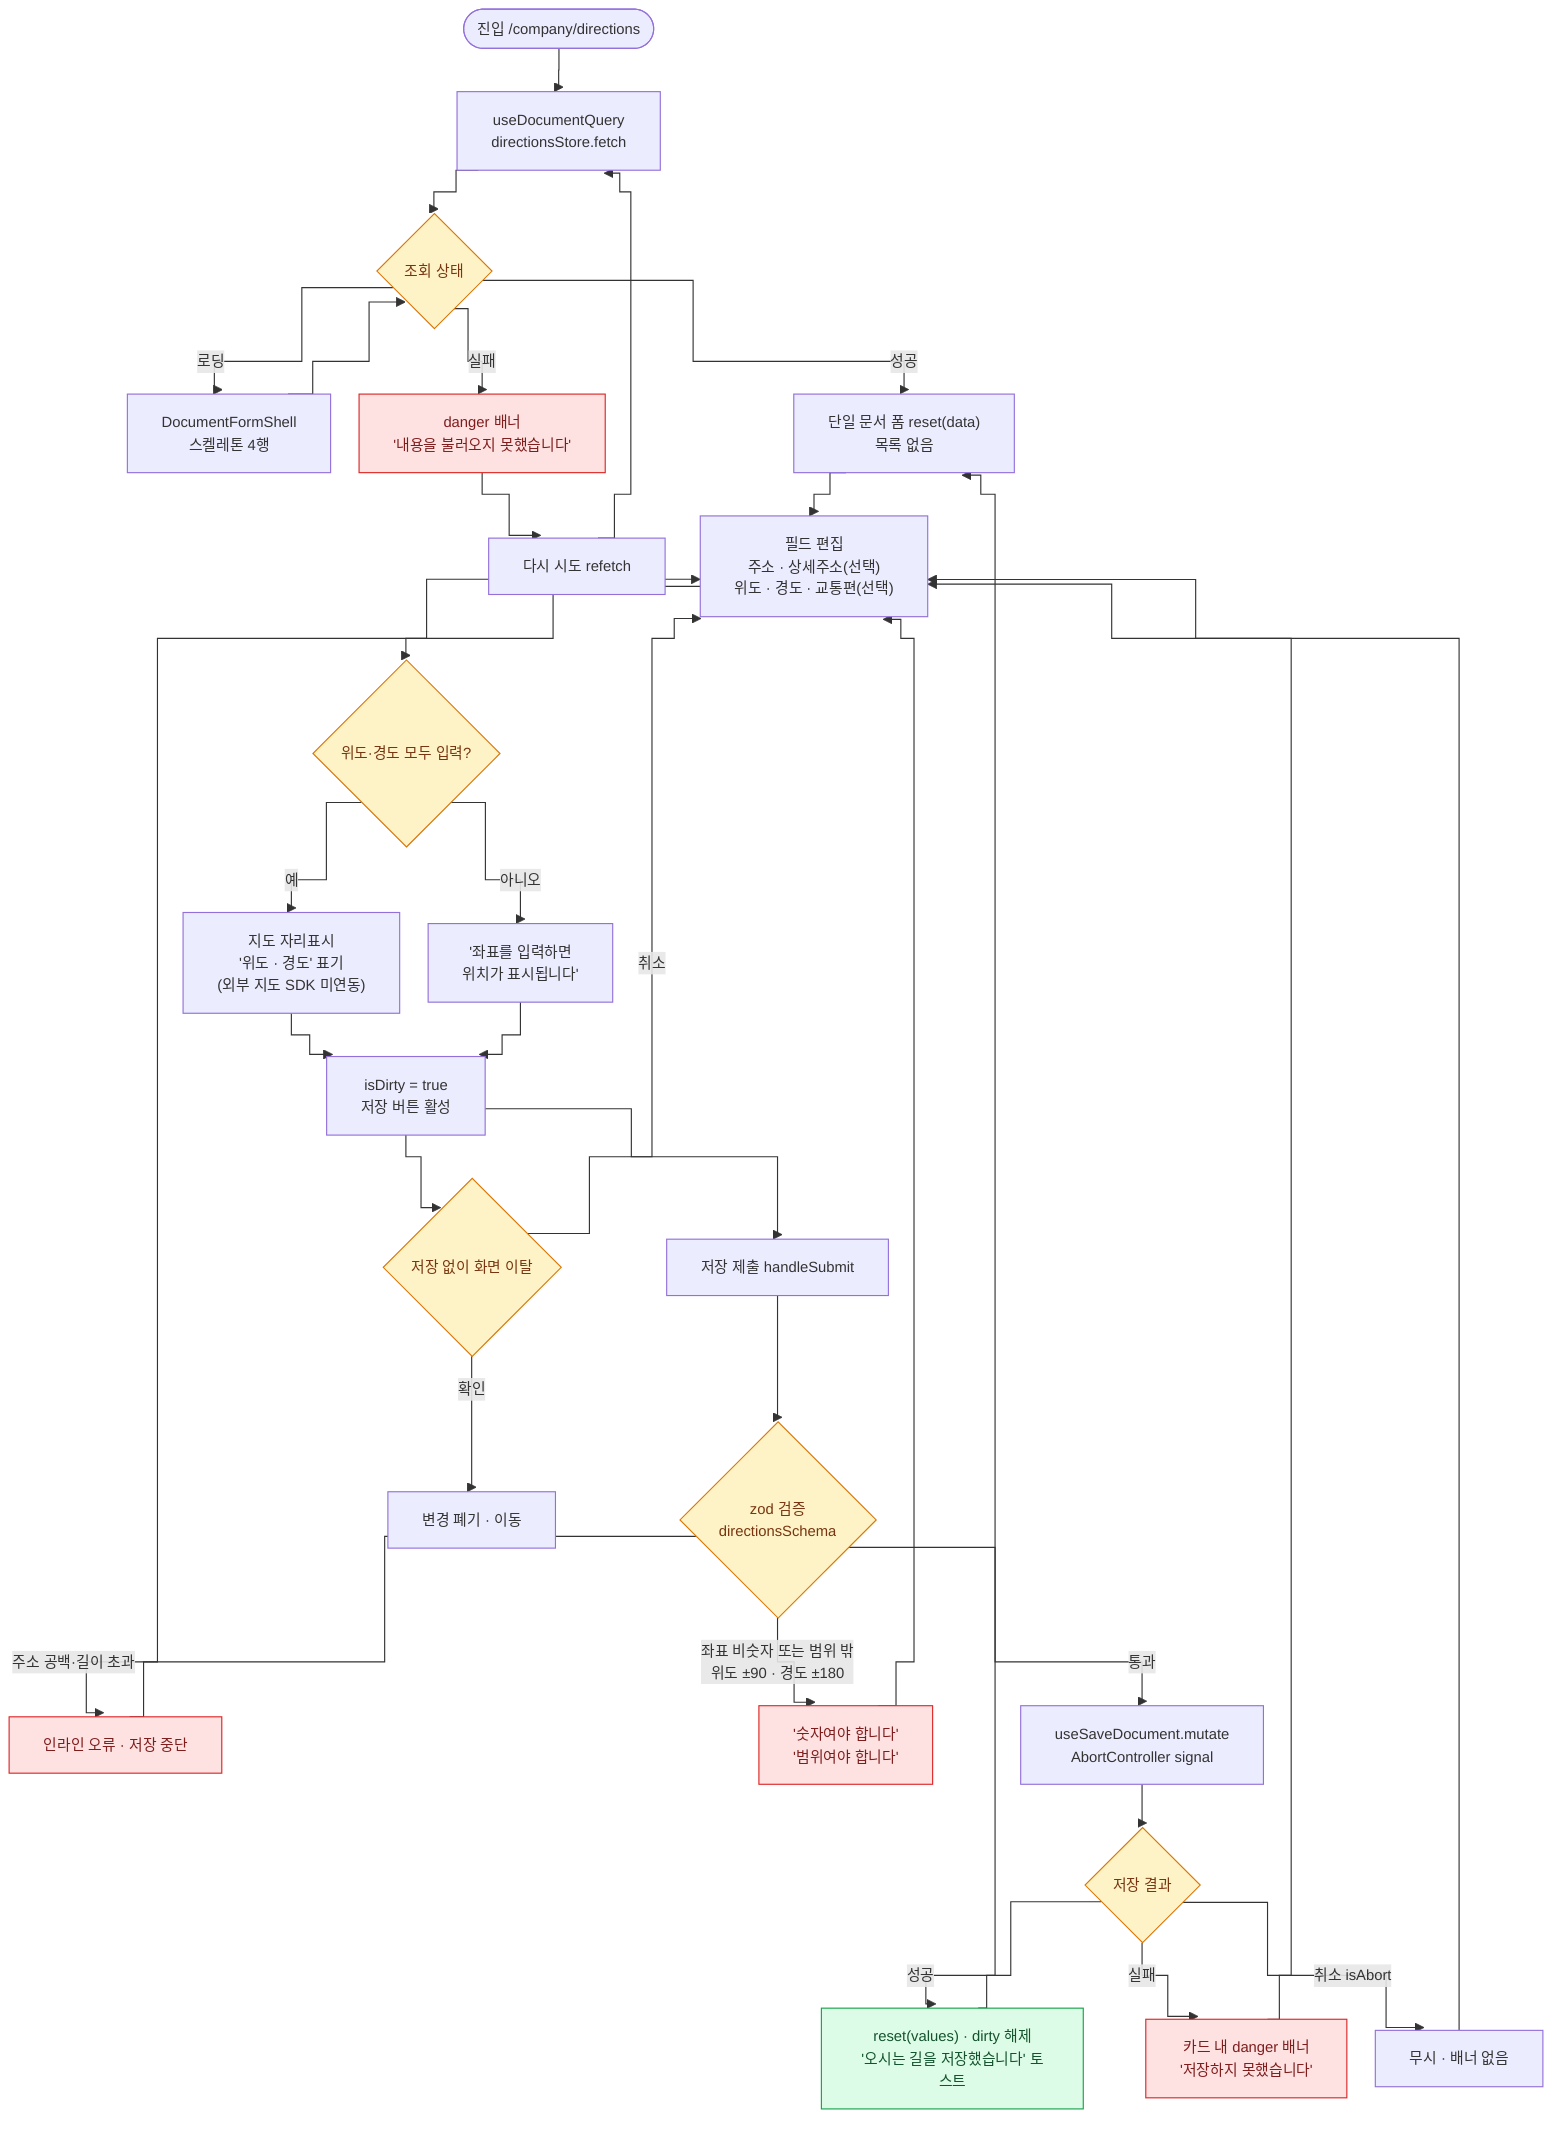
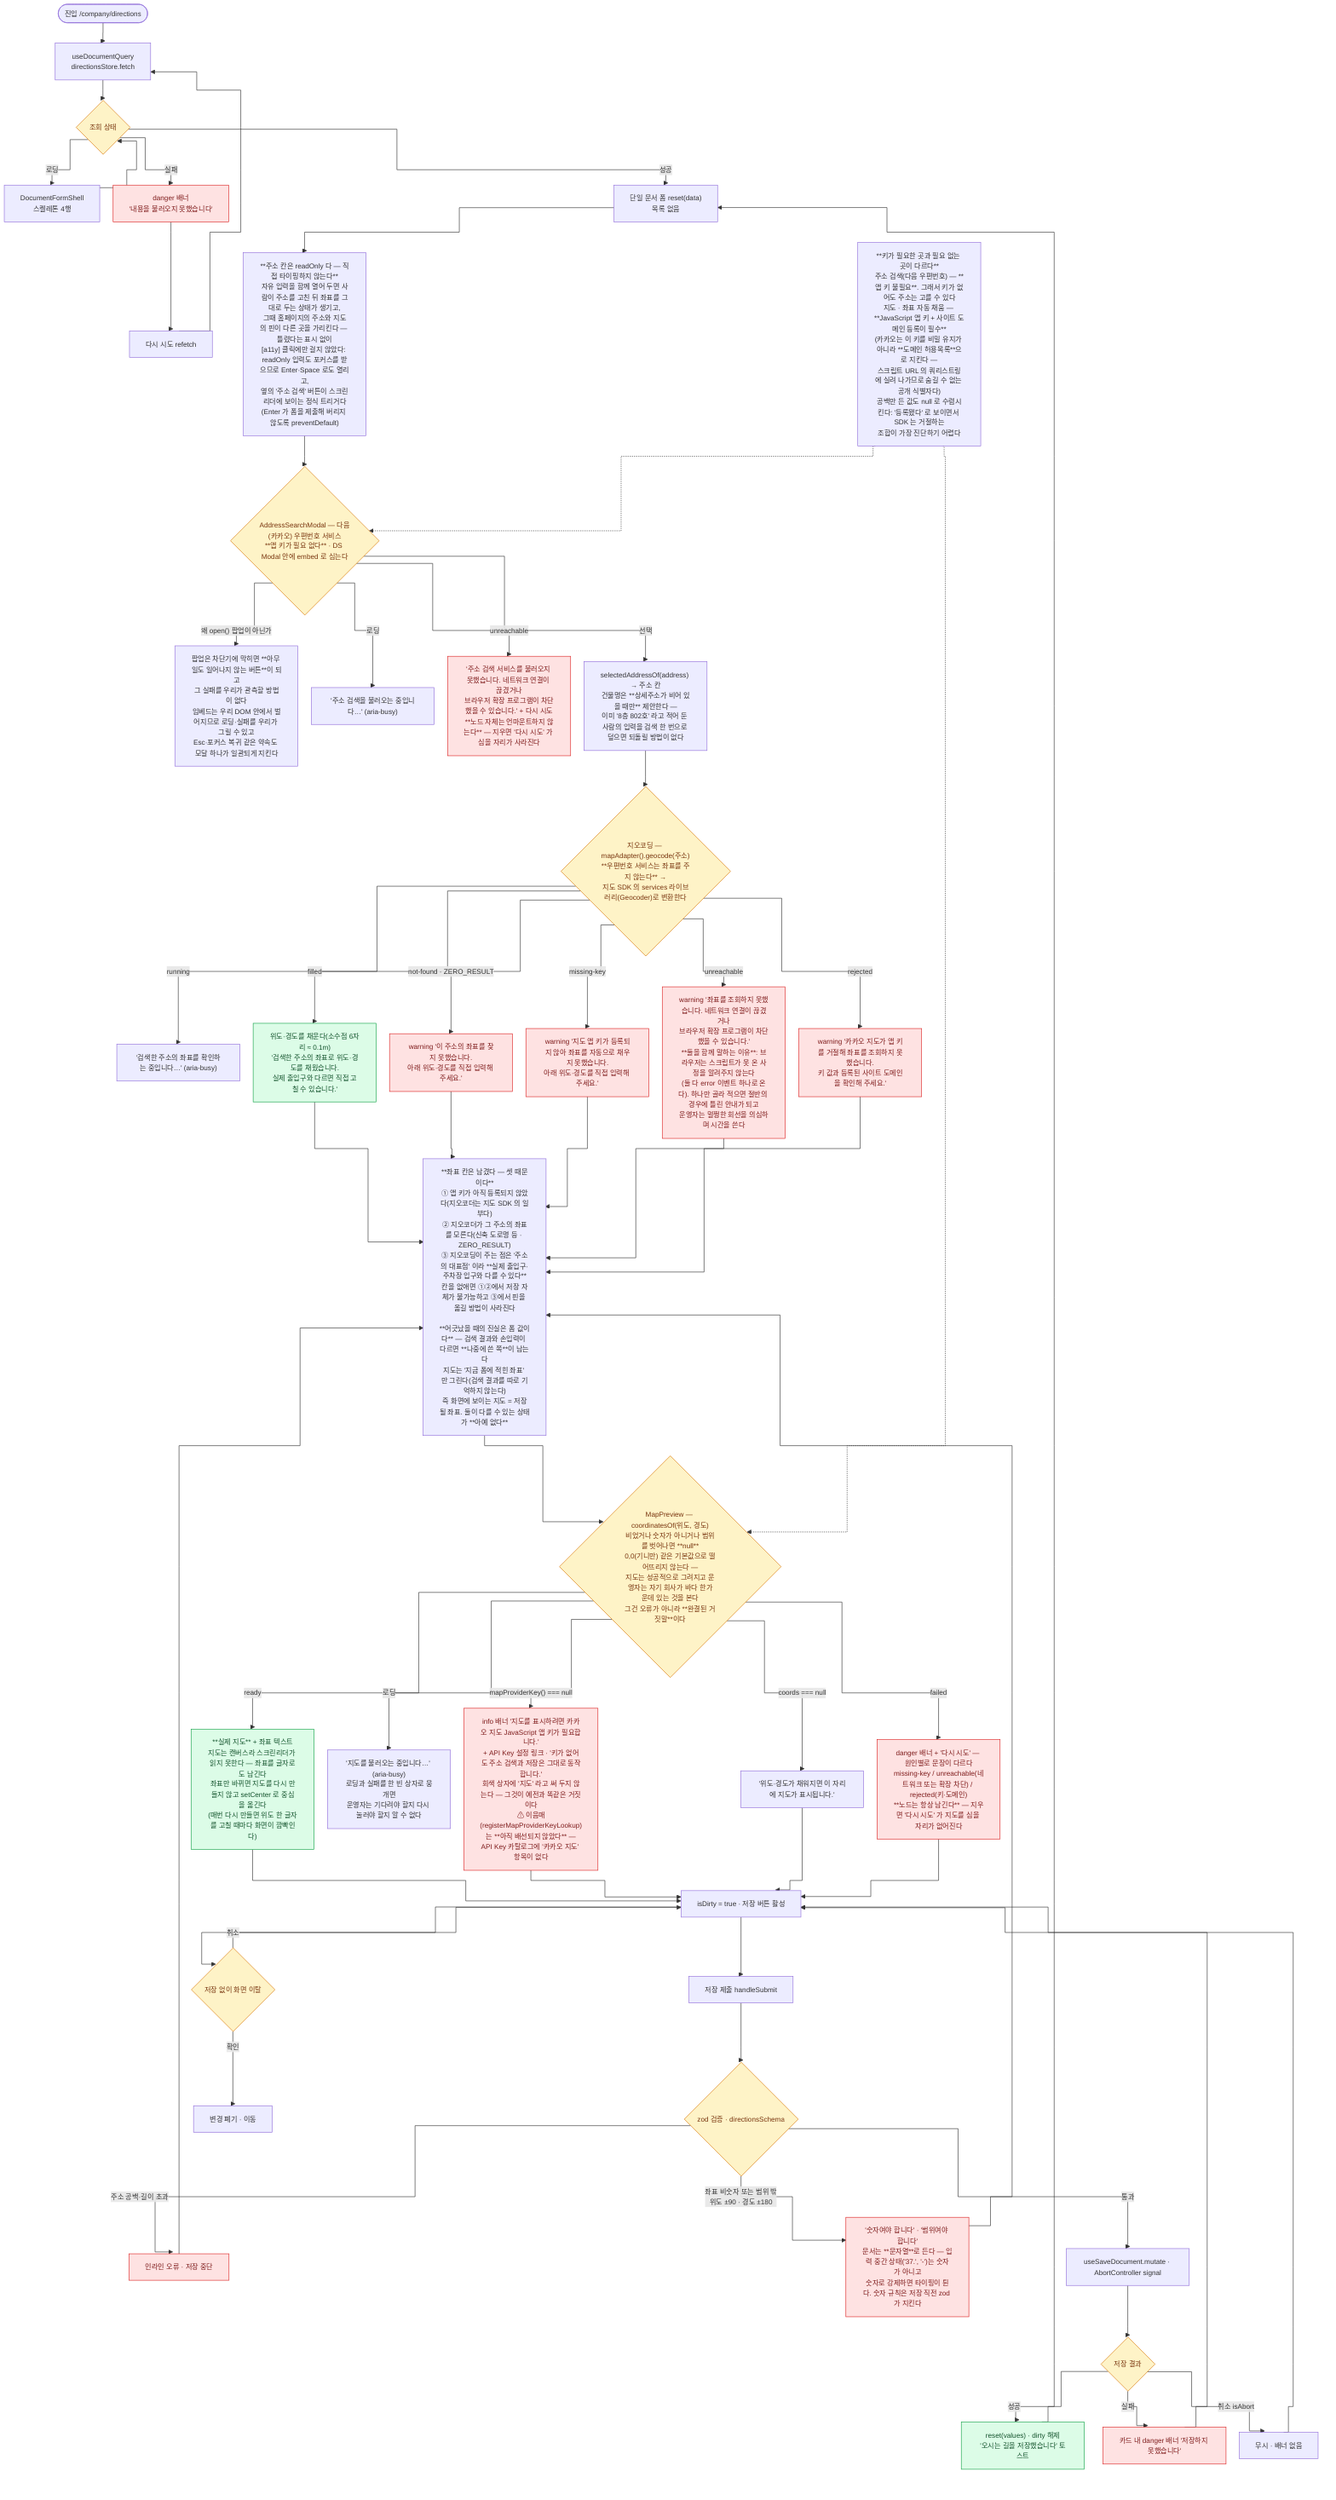
%% 오시는 길 · /company/directions
+ %% 주소는 검색으로 고르고, 지도는 카카오 지도 SDK 로 **실제로** 그린다
%%{init: {"flowchart": {"curve": "step", "nodeSpacing": 25, "rankSpacing": 38, "wrappingWidth": 170}, "themeVariables": {"fontSize": "13px"}} }%%
flowchart TD
  S(["진입 /company/directions"]) --> Q["useDocumentQuery<br/>directionsStore.fetch"]
  Q --> ST{"조회 상태"}
  ST -->|"로딩"| LD["DocumentFormShell<br/>스켈레톤 4행"]
  ST -->|"실패"| LE["danger 배너<br/>'내용을 불러오지 못했습니다'"]
  ST -->|"성공"| FM["단일 문서 폼 reset(data)<br/>목록 없음"]
  LD --> ST
  LE --> RT["다시 시도 refetch"]
  RT --> Q

-   FM --> ED["필드 편집<br/>주소 · 상세주소(선택)<br/>위도 · 경도 · 교통편(선택)"]
-   ED --> MP{"위도·경도 모두 입력?"}
-   MP -->|"예"| MPY["지도 자리표시<br/>'위도 · 경도' 표기<br/>(외부 지도 SDK 미연동)"]
-   MP -->|"아니오"| MPN["'좌표를 입력하면<br/>위치가 표시됩니다'"]
-   MPY --> DR["isDirty = true<br/>저장 버튼 활성"]
-   MPN --> DR
+   FM --> ADDR["**주소 칸은 readOnly 다 — 직접 타이핑하지 않는다**<br/>자유 입력을 함께 열어 두면 사람이 주소를 고친 뒤 좌표를 그대로 두는 상태가 생기고,<br/>그때 홈페이지의 주소와 지도의 핀이 다른 곳을 가리킨다 — 틀렸다는 표시 없이<br/>[a11y] 클릭에만 걸지 않았다: readOnly 입력도 포커스를 받으므로 Enter·Space 로도 열리고,<br/>옆의 '주소 검색' 버튼이 스크린리더에 보이는 정식 트리거다<br/>(Enter 가 폼을 제출해 버리지 않도록 preventDefault)"]
+ 
+   ADDR --> MODAL{"AddressSearchModal — 다음(카카오) 우편번호 서비스<br/>**앱 키가 필요 없다** · DS Modal 안에 embed 로 심는다"}
+   MODAL -->|"왜 open() 팝업이 아닌가"| MWHY["팝업은 차단기에 막히면 **아무 일도 일어나지 않는 버튼**이 되고<br/>그 실패를 우리가 관측할 방법이 없다<br/>임베드는 우리 DOM 안에서 벌어지므로 로딩·실패를 우리가 그릴 수 있고<br/>Esc·포커스 복귀 같은 약속도 모달 하나가 일관되게 지킨다"]
+   MODAL -->|"로딩"| MLOAD["'주소 검색을 불러오는 중입니다…' (aria-busy)"]
+   MODAL -->|"unreachable"| MERR["'주소 검색 서비스를 불러오지 못했습니다. 네트워크 연결이 끊겼거나<br/>브라우저 확장 프로그램이 차단했을 수 있습니다.' + 다시 시도<br/>**노드 자체는 언마운트하지 않는다** — 지우면 '다시 시도' 가 심을 자리가 사라진다"]
+   MODAL -->|"선택"| PICK["selectedAddressOf(address) → 주소 칸<br/>건물명은 **상세주소가 비어 있을 때만** 제안한다 —<br/>이미 '8층 802호' 라고 적어 둔 사람의 입력을 검색 한 번으로 덮으면 되돌릴 방법이 없다"]
+ 
+   PICK --> GEO{"지오코딩 — mapAdapter().geocode(주소)<br/>**우편번호 서비스는 좌표를 주지 않는다** →<br/>지도 SDK 의 services 라이브러리(Geocoder)로 변환한다"}
+   GEO -->|"running"| G0["'검색한 주소의 좌표를 확인하는 중입니다…' (aria-busy)"]
+   GEO -->|"filled"| G1["위도·경도를 채운다(소수점 6자리 ≈ 0.1m)<br/>'검색한 주소의 좌표로 위도·경도를 채웠습니다.<br/>실제 출입구와 다르면 직접 고칠 수 있습니다.'"]
+   GEO -->|"not-found · ZERO_RESULT"| G2["warning '이 주소의 좌표를 찾지 못했습니다.<br/>아래 위도·경도를 직접 입력해 주세요.'"]
+   GEO -->|"missing-key"| G3["warning '지도 앱 키가 등록되지 않아 좌표를 자동으로 채우지 못했습니다.<br/>아래 위도·경도를 직접 입력해 주세요.'"]
+   GEO -->|"unreachable"| G4["warning '좌표를 조회하지 못했습니다. 네트워크 연결이 끊겼거나<br/>브라우저 확장 프로그램이 차단했을 수 있습니다.'<br/>**둘을 함께 말하는 이유**: 브라우저는 스크립트가 못 온 사정을 알려주지 않는다<br/>(둘 다 error 이벤트 하나로 온다). 하나만 골라 적으면 절반의 경우에 틀린 안내가 되고<br/>운영자는 멀쩡한 회선을 의심하며 시간을 쓴다"]
+   GEO -->|"rejected"| G5["warning '카카오 지도가 앱 키를 거절해 좌표를 조회하지 못했습니다.<br/>키 값과 등록된 사이트 도메인을 확인해 주세요.'"]
+ 
+   G1 --> COORD
+   G2 --> COORD
+   G3 --> COORD
+   G4 --> COORD
+   G5 --> COORD
+ 
+   COORD["**좌표 칸은 남겼다 — 셋 때문이다**<br/>① 앱 키가 아직 등록되지 않았다(지오코더는 지도 SDK 의 일부다)<br/>② 지오코더가 그 주소의 좌표를 모른다(신축 도로명 등 · ZERO_RESULT)<br/>③ 지오코딩이 주는 점은 '주소의 대표점' 이라 **실제 출입구·주차장 입구와 다를 수 있다**<br/>칸을 없애면 ①②에서 저장 자체가 불가능하고 ③에서 핀을 옮길 방법이 사라진다<br/><br/>**어긋났을 때의 진실은 폼 값이다** — 검색 결과와 손입력이 다르면 **나중에 쓴 쪽**이 남는다<br/>지도는 '지금 폼에 적힌 좌표' 만 그린다(검색 결과를 따로 기억하지 않는다)<br/>즉 화면에 보이는 지도 = 저장될 좌표. 둘이 다를 수 있는 상태가 **아예 없다**"]
+ 
+   COORD --> MP{"MapPreview — coordinatesOf(위도, 경도)<br/>비었거나 숫자가 아니거나 범위를 벗어나면 **null**<br/>0,0(기니만) 같은 기본값으로 떨어뜨리지 않는다 —<br/>지도는 성공적으로 그려지고 운영자는 자기 회사가 바다 한가운데 있는 것을 본다<br/>그건 오류가 아니라 **완결된 거짓말**이다"}
+   MP -->|"mapProviderKey() === null"| MK["info 배너 '지도를 표시하려면 카카오 지도 JavaScript 앱 키가 필요합니다.'<br/>+ API Key 설정 링크 · '키가 없어도 주소 검색과 저장은 그대로 동작합니다.'<br/>회색 상자에 '지도' 라고 써 두지 않는다 — 그것이 예전과 똑같은 거짓이다<br/>⚠ 이음매(registerMapProviderKeyLookup)는 **아직 배선되지 않았다** —<br/>API Key 카탈로그에 '카카오 지도' 항목이 없다"]
+   MP -->|"coords === null"| MN["'위도·경도가 채워지면 이 자리에 지도가 표시됩니다.'"]
+   MP -->|"로딩"| ML["'지도를 불러오는 중입니다…' (aria-busy)<br/>로딩과 실패를 한 빈 상자로 뭉개면<br/>운영자는 기다려야 할지 다시 눌러야 할지 알 수 없다"]
+   MP -->|"failed"| MF["danger 배너 + '다시 시도' — 원인별로 문장이 다르다<br/>missing-key / unreachable(네트워크 또는 확장 차단) / rejected(키·도메인)<br/>**노드는 항상 남긴다** — 지우면 '다시 시도' 가 지도를 심을 자리가 없어진다"]
+   MP -->|"ready"| MOK["**실제 지도** + 좌표 텍스트<br/>지도는 캔버스라 스크린리더가 읽지 못한다 — 좌표를 글자로도 남긴다<br/>좌표만 바뀌면 지도를 다시 만들지 않고 setCenter 로 중심을 옮긴다<br/>(매번 다시 만들면 위도 한 글자를 고칠 때마다 화면이 깜빡인다)"]
+ 
+   MOK --> DR["isDirty = true · 저장 버튼 활성"]
+   MK --> DR
+   MN --> DR
+   MF --> DR
  DR --> SB["저장 제출 handleSubmit"]

-   SB --> VA{"zod 검증<br/>directionsSchema"}
+   SB --> VA{"zod 검증 · directionsSchema"}
  VA -->|"주소 공백·길이 초과"| VAD["인라인 오류 · 저장 중단"]
-   VA -->|"좌표 비숫자 또는 범위 밖<br/>위도 ±90 · 경도 ±180"| VC["'숫자여야 합니다'<br/>'범위여야 합니다'"]
-   VA -->|"통과"| MU["useSaveDocument.mutate<br/>AbortController signal"]
-   VAD --> ED
-   VC --> ED
+   VA -->|"좌표 비숫자 또는 범위 밖<br/>위도 ±90 · 경도 ±180"| VC["'숫자여야 합니다' · '범위여야 합니다'<br/>문서는 **문자열**로 든다 — 입력 중간 상태('37.', '-')는 숫자가 아니고<br/>숫자로 강제하면 타이핑이 튄다. 숫자 규칙은 저장 직전 zod 가 지킨다"]
+   VA -->|"통과"| MU["useSaveDocument.mutate · AbortController signal"]
+   VAD --> COORD
+   VC --> COORD

  MU --> MR{"저장 결과"}
  MR -->|"성공"| OK["reset(values) · dirty 해제<br/>'오시는 길을 저장했습니다' 토스트"]
-   MR -->|"실패"| SE["카드 내 danger 배너<br/>'저장하지 못했습니다'"]
+   MR -->|"실패"| SE["카드 내 danger 배너 '저장하지 못했습니다'"]
  MR -->|"취소 isAbort"| AB["무시 · 배너 없음"]
  OK --> FM
-   SE --> ED
-   AB --> ED
+   SE --> DR
+   AB --> DR

  DR --> LV{"저장 없이 화면 이탈"}
  LV -->|"확인"| DIS["변경 폐기 · 이동"]
-   LV -->|"취소"| ED
+   LV -->|"취소"| DR
+ 
+   KEYS["**키가 필요한 곳과 필요 없는 곳이 다르다**<br/>주소 검색(다음 우편번호) — **앱 키 불필요**. 그래서 키가 없어도 주소는 고를 수 있다<br/>지도 · 좌표 자동 채움 — **JavaScript 앱 키 + 사이트 도메인 등록이 필수**<br/>(카카오는 이 키를 비밀 유지가 아니라 **도메인 허용목록**으로 지킨다 —<br/>스크립트 URL 의 쿼리스트링에 실려 나가므로 숨길 수 없는 공개 식별자다)<br/>공백만 든 값도 null 로 수렴시킨다: '등록됐다' 로 보이면서 SDK 는 거절하는<br/>조합이 가장 진단하기 어렵다"]
+   KEYS -.-> MP
+   KEYS -.-> MODAL

  classDef gate fill:#fef3c7,stroke:#d97706,color:#78350f
  classDef err fill:#fee2e2,stroke:#dc2626,color:#7f1d1d
  classDef ok fill:#dcfce7,stroke:#16a34a,color:#14532d
-   class ST,MP,VA,MR,LV gate
-   class LE,VAD,VC,SE err
-   class OK ok
+   class ST,MODAL,GEO,MP,VA,MR,LV gate
+   class LE,MERR,G2,G3,G4,G5,MK,MF,VAD,VC,SE err
+   class OK,G1,MOK ok
